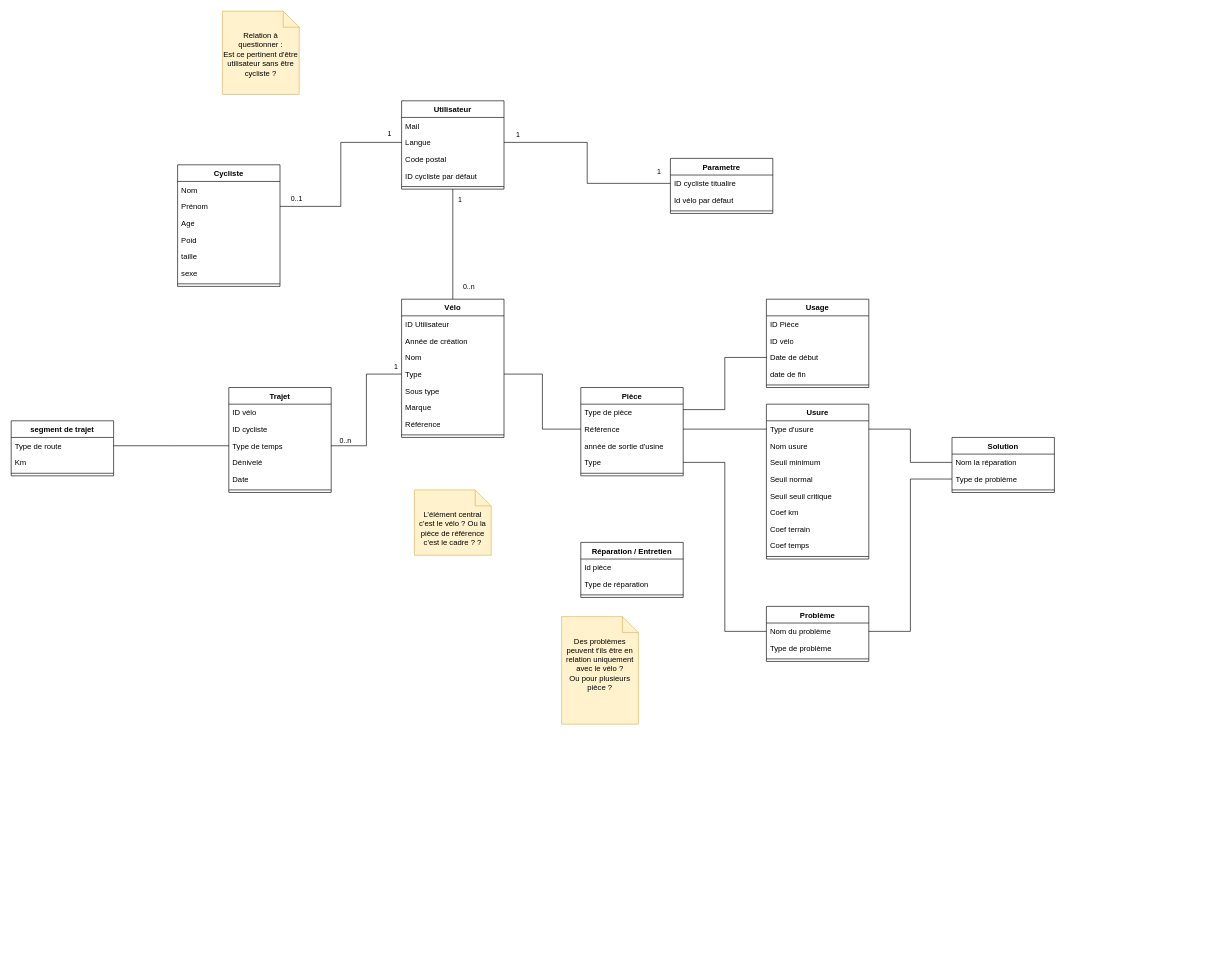
The draw.io diagram app vélo.drawio in Idir-smart/SandBox, before the edit. Source tidied: cells renumbered, new cells numbered last; positions are measured from the earlier drawing's top-left corner, leaving out a move shared by most shapes. Both pictures are drawn from the tidied source at 64%, with x=0, y=0 at pixel (11, 11).
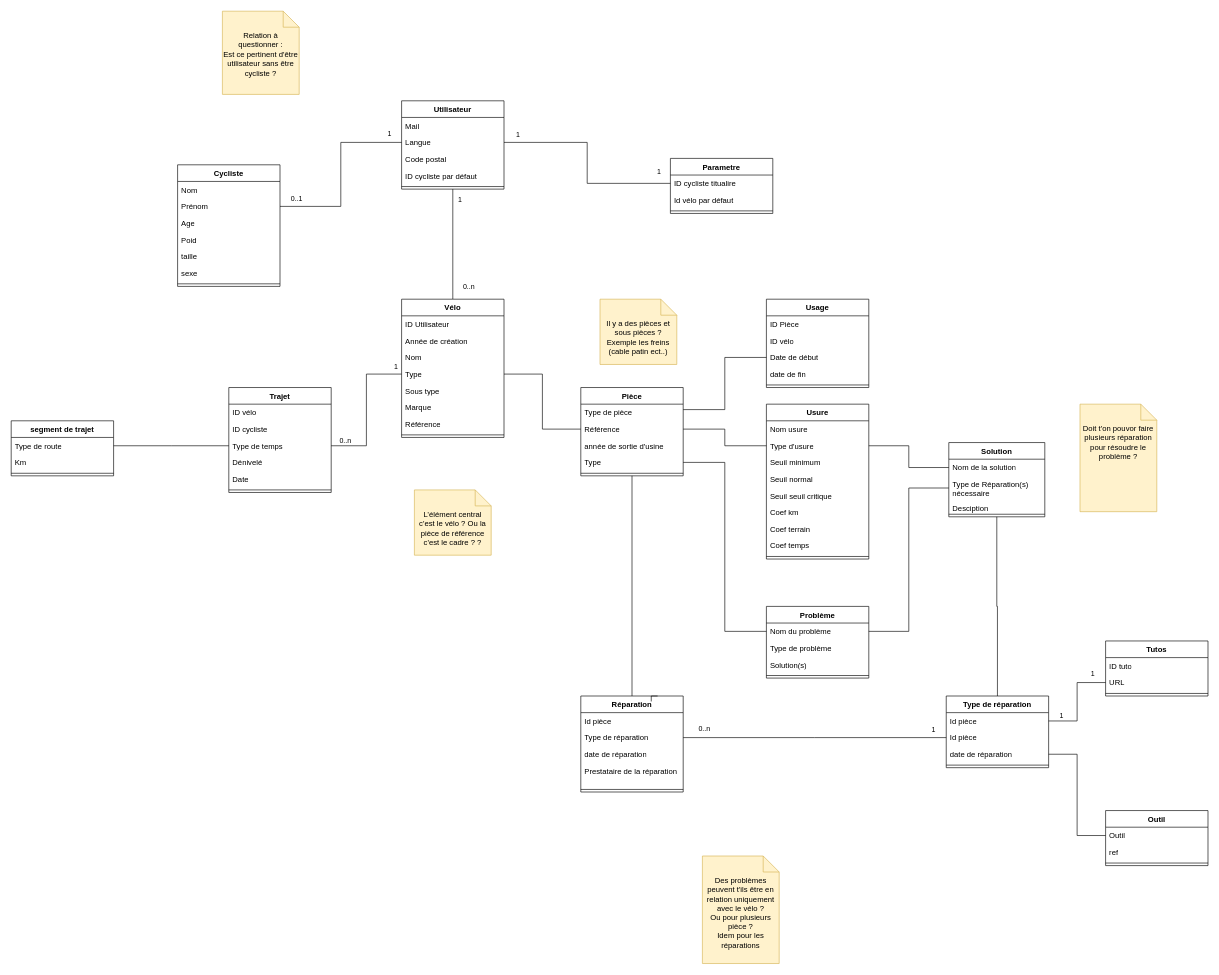
The same page after the edit.

Commit message (it also covers changes not shown here):
Mettre à jour app vélo.drawio

Unchanged cells that the change refers to:
```xml
<mxCell id="21" value="Pièce" style="swimlane;fontStyle=1;align=center;verticalAlign=top;horizontal=1;startSize=26;whiteSpace=wrap;html=1;" parent="1" vertex="1">
  <mxGeometry x="890" y="588" width="160" height="138" as="geometry" />
</mxCell>
<mxCell id="57" value="Usure" style="swimlane;fontStyle=1;align=center;verticalAlign=top;horizontal=1;startSize=26;whiteSpace=wrap;html=1;" parent="1" vertex="1">
  <mxGeometry x="1180" y="614" width="160" height="242" as="geometry" />
</mxCell>
```

What changed in the source:
```diff
@@
+    <mxCell id="59" value="Nom usure" style="text;strokeColor=none;fillColor=none;align=left;verticalAlign=top;spacingLeft=4;spacingRight=4;overflow=hidden;whiteSpace=wrap;html=1;" parent="57" vertex="1">
+      <mxGeometry y="26" width="160" height="26" as="geometry" />
+    </mxCell>
     <mxCell id="58" value="Type d'usure" style="text;strokeColor=none;fillColor=none;align=left;verticalAlign=top;spacingLeft=4;spacingRight=4;overflow=hidden;points=[[0,0.5],[1,0.5]];portConstraint=eastwest;whiteSpace=wrap;html=1;" parent="57" vertex="1">
-      <mxGeometry y="26" width="160" height="26" as="geometry" />
+      <mxGeometry y="52" width="160" height="26" as="geometry" />
     </mxCell>
-    <mxCell id="59" value="Nom usure" style="text;strokeColor=none;fillColor=none;align=left;verticalAlign=top;spacingLeft=4;spacingRight=4;overflow=hidden;whiteSpace=wrap;html=1;" parent="57" vertex="1">
-      <mxGeometry y="52" width="160" height="26" as="geometry" />
-    </mxCell>
@@
     <mxCell id="74" value="Problème" style="swimlane;fontStyle=1;align=center;verticalAlign=top;horizontal=1;startSize=26;whiteSpace=wrap;html=1;" parent="1" vertex="1">
-      <mxGeometry x="1180" y="930" width="160" height="86" as="geometry" />
+      <mxGeometry x="1180" y="930" width="160" height="112" as="geometry" />
     </mxCell>
@@
+    <mxCell id="96" value="Solution(s)" style="text;strokeColor=none;fillColor=none;align=left;verticalAlign=top;spacingLeft=4;spacingRight=4;overflow=hidden;whiteSpace=wrap;html=1;" parent="74" vertex="1">
+      <mxGeometry y="78" width="160" height="26" as="geometry" />
+    </mxCell>
     <mxCell id="77" style="line;strokeWidth=1;fillColor=none;align=left;verticalAlign=middle;spacingTop=-1;spacingLeft=3;spacingRight=3;labelPosition=right;strokeColor=inherit;" parent="74" vertex="1">
-      <mxGeometry y="78" width="160" height="8" as="geometry" />
+      <mxGeometry y="104" width="160" height="8" as="geometry" />
     </mxCell>
@@
-    <mxCell id="83" value="&lt;div&gt;Des problèmes peuvent t'ils être en relation uniquement avec le vélo ? &lt;br&gt;&lt;/div&gt;&lt;div&gt;Ou pour plusieurs pièce ?&lt;br&gt;&lt;/div&gt;" style="shape=note2;boundedLbl=1;whiteSpace=wrap;html=1;size=25;verticalAlign=top;align=center;fillColor=#fff2cc;strokeColor=#d6b656;" parent="1" vertex="1">
-      <mxGeometry x="860" y="946" width="120" height="168" as="geometry" />
+    <mxCell id="83" value="&lt;div&gt;Des problèmes peuvent t'ils être en relation uniquement avec le vélo ? &lt;br&gt;&lt;/div&gt;&lt;div&gt;Ou pour plusieurs pièce ?&lt;/div&gt;&lt;div&gt;Idem pour les réparations&lt;br&gt;&lt;/div&gt;" style="shape=note2;boundedLbl=1;whiteSpace=wrap;html=1;size=25;verticalAlign=top;align=center;fillColor=#fff2cc;strokeColor=#d6b656;" parent="1" vertex="1">
+      <mxGeometry x="1080" y="1320" width="120" height="168" as="geometry" />
     </mxCell>
@@
+    <mxCell id="97" style="edgeStyle=orthogonalEdgeStyle;shape=connector;rounded=0;jettySize=auto;html=1;exitX=0.5;exitY=1;exitDx=0;exitDy=0;entryX=0.5;entryY=0;entryDx=0;entryDy=0;labelBackgroundColor=default;strokeColor=default;fontFamily=Helvetica;fontSize=11;fontColor=default;endArrow=none;endFill=0;" parent="1" edge="1" source="86" target="112">
+      <mxGeometry relative="1" as="geometry" />
+    </mxCell>
     <mxCell id="86" value="Solution" style="swimlane;fontStyle=1;align=center;verticalAlign=top;horizontal=1;startSize=26;whiteSpace=wrap;html=1;" parent="1" vertex="1">
-      <mxGeometry x="1470" y="666" width="160" height="86" as="geometry" />
+      <mxGeometry x="1465" y="674" width="150" height="116" as="geometry" />
     </mxCell>
-    <mxCell id="87" value="Nom la réparation" style="text;strokeColor=none;fillColor=none;align=left;verticalAlign=top;spacingLeft=4;spacingRight=4;overflow=hidden;points=[[0,0.5],[1,0.5]];portConstraint=eastwest;whiteSpace=wrap;html=1;" parent="86" vertex="1">
-      <mxGeometry y="26" width="160" height="26" as="geometry" />
+    <mxCell id="87" value="Nom de la solution" style="text;strokeColor=none;fillColor=none;align=left;verticalAlign=top;spacingLeft=4;spacingRight=4;overflow=hidden;points=[[0,0.5],[1,0.5]];portConstraint=eastwest;whiteSpace=wrap;html=1;" parent="86" vertex="1">
+      <mxGeometry y="26" width="150" height="26" as="geometry" />
     </mxCell>
-    <mxCell id="88" value="Type de problème" style="text;strokeColor=none;fillColor=none;align=left;verticalAlign=top;spacingLeft=4;spacingRight=4;overflow=hidden;points=[[0,0.5],[1,0.5]];portConstraint=eastwest;whiteSpace=wrap;html=1;" parent="86" vertex="1">
-      <mxGeometry y="52" width="160" height="26" as="geometry" />
+    <mxCell id="88" value="Type de Réparation(s) nécessaire" style="text;strokeColor=none;fillColor=none;align=left;verticalAlign=top;spacingLeft=4;spacingRight=4;overflow=hidden;points=[[0,0.5],[1,0.5]];portConstraint=eastwest;whiteSpace=wrap;html=1;" parent="86" vertex="1">
+      <mxGeometry y="52" width="150" height="38" as="geometry" />
     </mxCell>
+    <mxCell id="98" value="Desciption" style="text;strokeColor=none;fillColor=none;align=left;verticalAlign=top;spacingLeft=4;spacingRight=4;overflow=hidden;whiteSpace=wrap;html=1;" parent="86" vertex="1">
+      <mxGeometry y="90" width="150" height="18" as="geometry" />
+    </mxCell>
     <mxCell id="89" style="line;strokeWidth=1;fillColor=none;align=left;verticalAlign=middle;spacingTop=-1;spacingLeft=3;spacingRight=3;labelPosition=right;strokeColor=inherit;" parent="86" vertex="1">
-      <mxGeometry y="78" width="160" height="8" as="geometry" />
+      <mxGeometry y="108" width="150" height="8" as="geometry" />
     </mxCell>
@@
+    <mxCell id="99" style="edgeStyle=orthogonalEdgeStyle;shape=connector;rounded=0;jettySize=auto;html=1;exitX=0.5;exitY=0;exitDx=0;exitDy=0;entryX=0.5;entryY=1;entryDx=0;entryDy=0;labelBackgroundColor=default;strokeColor=default;fontFamily=Helvetica;fontSize=11;fontColor=default;endArrow=none;endFill=0;" parent="1" edge="1" source="92" target="21">
+      <mxGeometry relative="1" as="geometry" />
+    </mxCell>
-    <mxCell id="92" value="Réparation / Entretien" style="swimlane;fontStyle=1;align=center;verticalAlign=top;horizontal=1;startSize=26;whiteSpace=wrap;html=1;" parent="1" vertex="1">
-      <mxGeometry x="890" y="830" width="160" height="86" as="geometry" />
+    <mxCell id="92" value="Réparation " style="swimlane;fontStyle=1;align=center;verticalAlign=top;horizontal=1;startSize=26;whiteSpace=wrap;html=1;" parent="1" vertex="1">
+      <mxGeometry x="890" y="1070" width="160" height="150" as="geometry" />
     </mxCell>
@@
+    <mxCell id="100" value="Type de réparation" style="text;strokeColor=none;fillColor=none;align=left;verticalAlign=top;spacingLeft=4;spacingRight=4;overflow=hidden;points=[[0,0.5],[1,0.5]];portConstraint=eastwest;whiteSpace=wrap;html=1;" parent="92" vertex="1">
+      <mxGeometry y="52" width="160" height="26" as="geometry" />
+    </mxCell>
+    <mxCell id="101" value="date de réparation" style="text;strokeColor=none;fillColor=none;align=left;verticalAlign=top;spacingLeft=4;spacingRight=4;overflow=hidden;whiteSpace=wrap;html=1;" parent="92" vertex="1">
+      <mxGeometry y="78" width="160" height="26" as="geometry" />
+    </mxCell>
-    <mxCell id="94" value="Type de réparation" style="text;strokeColor=none;fillColor=none;align=left;verticalAlign=top;spacingLeft=4;spacingRight=4;overflow=hidden;whiteSpace=wrap;html=1;" parent="92" vertex="1">
-      <mxGeometry y="52" width="160" height="26" as="geometry" />
+    <mxCell id="94" value="Prestataire de la réparation" style="text;strokeColor=none;fillColor=none;align=left;verticalAlign=top;spacingLeft=4;spacingRight=4;overflow=hidden;whiteSpace=wrap;html=1;" parent="92" vertex="1">
+      <mxGeometry y="104" width="160" height="38" as="geometry" />
     </mxCell>
     <mxCell id="95" style="line;strokeWidth=1;fillColor=none;align=left;verticalAlign=middle;spacingTop=-1;spacingLeft=3;spacingRight=3;labelPosition=right;strokeColor=inherit;" parent="92" vertex="1">
-      <mxGeometry y="78" width="160" height="8" as="geometry" />
+      <mxGeometry y="142" width="160" height="8" as="geometry" />
     </mxCell>
+    <mxCell id="102" value="Outil" style="swimlane;fontStyle=1;align=center;verticalAlign=top;horizontal=1;startSize=26;whiteSpace=wrap;html=1;" parent="1" vertex="1">
+      <mxGeometry x="1710" y="1249" width="160" height="86" as="geometry" />
+    </mxCell>
+    <mxCell id="103" value="Outil" style="text;strokeColor=none;fillColor=none;align=left;verticalAlign=top;spacingLeft=4;spacingRight=4;overflow=hidden;points=[[0,0.5],[1,0.5]];portConstraint=eastwest;whiteSpace=wrap;html=1;" parent="102" vertex="1">
+      <mxGeometry y="26" width="160" height="26" as="geometry" />
+    </mxCell>
+    <mxCell id="104" value="ref" style="text;strokeColor=none;fillColor=none;align=left;verticalAlign=top;spacingLeft=4;spacingRight=4;overflow=hidden;whiteSpace=wrap;html=1;" parent="102" vertex="1">
+      <mxGeometry y="52" width="160" height="26" as="geometry" />
+    </mxCell>
+    <mxCell id="105" style="line;strokeWidth=1;fillColor=none;align=left;verticalAlign=middle;spacingTop=-1;spacingLeft=3;spacingRight=3;labelPosition=right;strokeColor=inherit;" parent="102" vertex="1">
+      <mxGeometry y="78" width="160" height="8" as="geometry" />
+    </mxCell>
+    <mxCell id="106" value="Tutos" style="swimlane;fontStyle=1;align=center;verticalAlign=top;horizontal=1;startSize=26;whiteSpace=wrap;html=1;" parent="1" vertex="1">
+      <mxGeometry x="1710" y="984" width="160" height="86" as="geometry" />
+    </mxCell>
+    <mxCell id="107" value="ID tuto" style="text;strokeColor=none;fillColor=none;align=left;verticalAlign=top;spacingLeft=4;spacingRight=4;overflow=hidden;whiteSpace=wrap;html=1;" parent="106" vertex="1">
+      <mxGeometry y="26" width="160" height="26" as="geometry" />
+    </mxCell>
+    <mxCell id="108" value="URL" style="text;strokeColor=none;fillColor=none;align=left;verticalAlign=top;spacingLeft=4;spacingRight=4;overflow=hidden;points=[[0,0.5],[1,0.5]];portConstraint=eastwest;whiteSpace=wrap;html=1;" parent="106" vertex="1">
+      <mxGeometry y="52" width="160" height="26" as="geometry" />
+    </mxCell>
+    <mxCell id="109" style="line;strokeWidth=1;fillColor=none;align=left;verticalAlign=middle;spacingTop=-1;spacingLeft=3;spacingRight=3;labelPosition=right;strokeColor=inherit;" parent="106" vertex="1">
+      <mxGeometry y="78" width="160" height="8" as="geometry" />
+    </mxCell>
+    <mxCell id="110" value="&lt;div&gt;Il y a des pièces et sous pièces ? Exemple les freins (cable patin ect..)&lt;br&gt;&lt;/div&gt;" style="shape=note2;boundedLbl=1;whiteSpace=wrap;html=1;size=25;verticalAlign=top;align=center;fillColor=#fff2cc;strokeColor=#d6b656;" parent="1" vertex="1">
+      <mxGeometry x="920" y="450" width="120" height="102" as="geometry" />
+    </mxCell>
+    <mxCell id="111" style="edgeStyle=orthogonalEdgeStyle;shape=connector;rounded=0;orthogonalLoop=1;jettySize=auto;html=1;exitX=0.75;exitY=0;exitDx=0;exitDy=0;entryX=0.688;entryY=0.057;entryDx=0;entryDy=0;entryPerimeter=0;labelBackgroundColor=default;strokeColor=default;fontFamily=Helvetica;fontSize=11;fontColor=default;endArrow=none;endFill=0;" parent="1" edge="1" source="92" target="92">
+      <mxGeometry relative="1" as="geometry" />
+    </mxCell>
+    <mxCell id="112" value="Type de réparation" style="swimlane;fontStyle=1;align=center;verticalAlign=top;horizontal=1;startSize=26;whiteSpace=wrap;html=1;" parent="1" vertex="1">
+      <mxGeometry x="1461" y="1070" width="160" height="112" as="geometry" />
+    </mxCell>
+    <mxCell id="113" value="Id pièce" style="text;strokeColor=none;fillColor=none;align=left;verticalAlign=top;spacingLeft=4;spacingRight=4;overflow=hidden;points=[[0,0.5],[1,0.5]];portConstraint=eastwest;whiteSpace=wrap;html=1;" parent="112" vertex="1">
+      <mxGeometry y="26" width="160" height="26" as="geometry" />
+    </mxCell>
+    <mxCell id="114" value="Id pièce" style="text;strokeColor=none;fillColor=none;align=left;verticalAlign=top;spacingLeft=4;spacingRight=4;overflow=hidden;whiteSpace=wrap;html=1;" parent="112" vertex="1">
+      <mxGeometry y="52" width="160" height="26" as="geometry" />
+    </mxCell>
+    <mxCell id="115" value="date de réparation" style="text;strokeColor=none;fillColor=none;align=left;verticalAlign=top;spacingLeft=4;spacingRight=4;overflow=hidden;points=[[0,0.5],[1,0.5]];portConstraint=eastwest;whiteSpace=wrap;html=1;" parent="112" vertex="1">
+      <mxGeometry y="78" width="160" height="26" as="geometry" />
+    </mxCell>
+    <mxCell id="116" style="line;strokeWidth=1;fillColor=none;align=left;verticalAlign=middle;spacingTop=-1;spacingLeft=3;spacingRight=3;labelPosition=right;strokeColor=inherit;" parent="112" vertex="1">
+      <mxGeometry y="104" width="160" height="8" as="geometry" />
+    </mxCell>
+    <mxCell id="117" style="edgeStyle=orthogonalEdgeStyle;shape=connector;rounded=0;jettySize=auto;html=1;exitX=1;exitY=0.5;exitDx=0;exitDy=0;entryX=0;entryY=0.5;entryDx=0;entryDy=0;labelBackgroundColor=default;strokeColor=default;fontFamily=Helvetica;fontSize=11;fontColor=default;endArrow=none;endFill=0;" parent="1" edge="1" source="115" target="103">
+      <mxGeometry relative="1" as="geometry" />
+    </mxCell>
+    <mxCell id="118" style="edgeStyle=orthogonalEdgeStyle;shape=connector;rounded=0;jettySize=auto;html=1;exitX=1;exitY=0.5;exitDx=0;exitDy=0;entryX=0;entryY=0.5;entryDx=0;entryDy=0;labelBackgroundColor=default;strokeColor=default;fontFamily=Helvetica;fontSize=11;fontColor=default;endArrow=none;endFill=0;" parent="1" edge="1" source="100">
+      <mxGeometry relative="1" as="geometry">
+        <mxPoint x="1461" y="1135" as="targetPoint" />
+      </mxGeometry>
+    </mxCell>
+    <mxCell id="119" value="1" style="edgeLabel;html=1;align=center;verticalAlign=middle;fontSize=11;fontFamily=Helvetica;fontColor=default;" parent="118" vertex="1">
+      <mxGeometry x="0.88" y="-4" relative="1" as="geometry">
+        <mxPoint x="4" y="-17" as="offset" />
+      </mxGeometry>
+    </mxCell>
+    <mxCell id="120" value="0..n" style="edgeLabel;html=1;align=center;verticalAlign=middle;fontSize=11;fontFamily=Helvetica;fontColor=default;" parent="118" vertex="1">
+      <mxGeometry x="-0.84" y="-1" relative="1" as="geometry">
+        <mxPoint x="-1" y="-16" as="offset" />
+      </mxGeometry>
+    </mxCell>
+    <mxCell id="121" style="edgeStyle=orthogonalEdgeStyle;shape=connector;rounded=0;jettySize=auto;html=1;exitX=1;exitY=0.5;exitDx=0;exitDy=0;entryX=0;entryY=0.5;entryDx=0;entryDy=0;labelBackgroundColor=default;strokeColor=default;fontFamily=Helvetica;fontSize=11;fontColor=default;endArrow=none;endFill=0;" parent="1" edge="1" source="113" target="108">
+      <mxGeometry relative="1" as="geometry" />
+    </mxCell>
+    <mxCell id="122" value="1" style="edgeLabel;html=1;align=center;verticalAlign=middle;fontSize=11;fontFamily=Helvetica;fontColor=default;" parent="121" vertex="1">
+      <mxGeometry x="0.72" y="-3" relative="1" as="geometry">
+        <mxPoint y="-18" as="offset" />
+      </mxGeometry>
+    </mxCell>
+    <mxCell id="123" value="1" style="edgeLabel;html=1;align=center;verticalAlign=middle;fontSize=11;fontFamily=Helvetica;fontColor=default;" parent="121" vertex="1">
+      <mxGeometry x="-0.79" y="3" relative="1" as="geometry">
+        <mxPoint x="3" y="-6" as="offset" />
+      </mxGeometry>
+    </mxCell>
+    <mxCell id="124" value="Doit t'on pouvor faire plusieurs réparation pour résoudre le problème ? " style="shape=note2;boundedLbl=1;whiteSpace=wrap;html=1;size=25;verticalAlign=top;align=center;fillColor=#fff2cc;strokeColor=#d6b656;" parent="1" vertex="1">
+      <mxGeometry x="1670" y="614" width="120" height="168" as="geometry" />
+    </mxCell>
```
